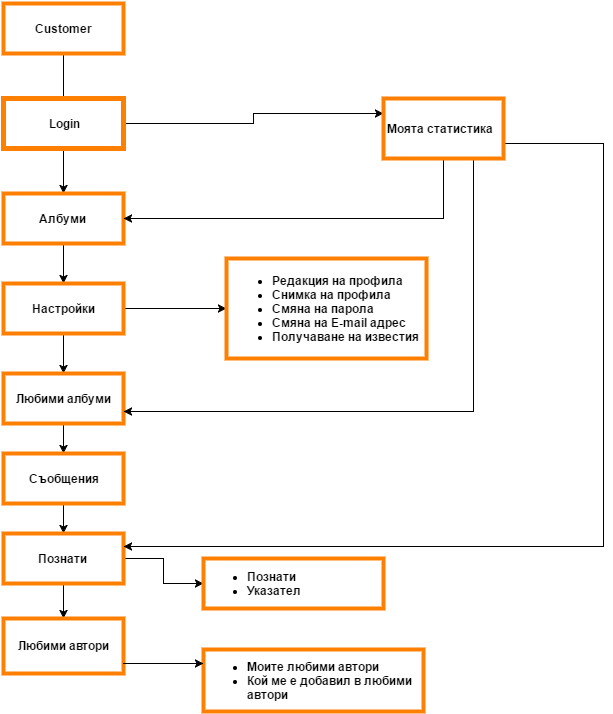
This is Untitled Diagram.png from TeamVermatrixGoldenhide/SRS, a draw.io export, as it was before one commit. Source tidied: cells renumbered, new cells last; positions are measured from the earlier drawing's top-left corner, leaving out a move shared by most shapes.
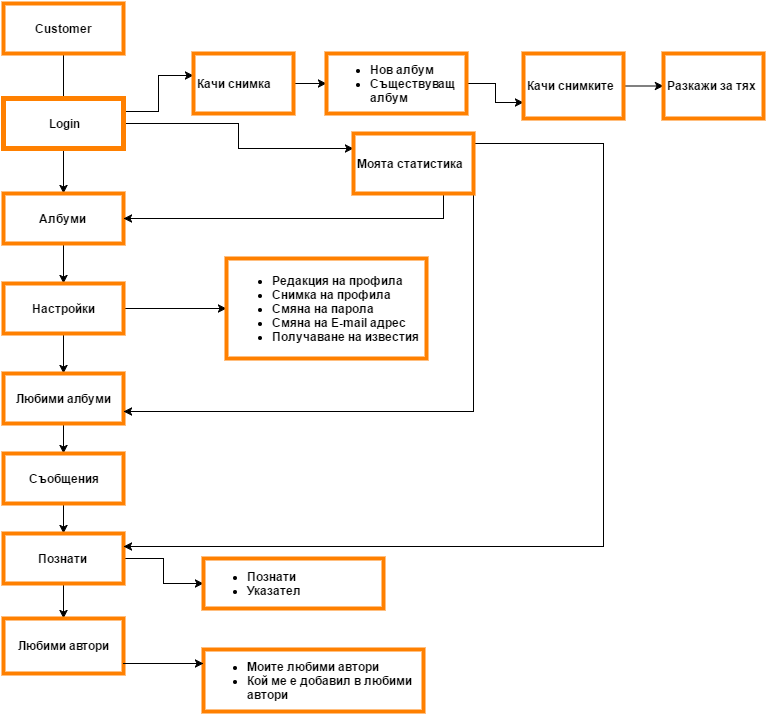
After the commit.

What changed in the source:
```diff
@@ -16,6 +16,9 @@
     <mxCell id="5" style="edgeStyle=orthogonalEdgeStyle;rounded=0;html=1;entryX=0;entryY=0.25;jettySize=auto;fontFamily=Helvetica;" parent="1" edge="1" source="6" target="27">
       <mxGeometry relative="1" as="geometry" />
     </mxCell>
+    <mxCell id="28" style="edgeStyle=orthogonalEdgeStyle;rounded=0;html=1;exitX=1;exitY=0.25;entryX=0;entryY=0.367;entryPerimeter=0;jettySize=auto;fontFamily=Helvetica;" parent="1" edge="1" source="6" target="31">
+      <mxGeometry relative="1" as="geometry" />
+    </mxCell>
     <mxCell id="6" value="Login" style="whiteSpace=wrap;html=1;strokeColor=#FF8000;strokeWidth=5;fontStyle=1;fontFamily=Helvetica;" parent="1" vertex="1">
       <mxGeometry y="95" width="120" height="50" as="geometry" />
     </mxCell>
@@ -68,7 +71,7 @@
       <mxGeometry x="200" y="646" width="220" height="62" as="geometry" />
     </mxCell>
     <mxCell id="23" style="edgeStyle=orthogonalEdgeStyle;rounded=0;html=1;jettySize=auto;orthogonalLoop=1;" parent="1" edge="1">
-      <mxGeometry x="310" y="690" as="geometry">
+      <mxGeometry x="170" y="690" as="geometry">
         <mxPoint x="120" y="660" as="sourcePoint" />
         <mxPoint x="200" y="660" as="targetPoint" />
         <Array as="points">
@@ -100,7 +103,31 @@
       </mxGeometry>
     </mxCell>
     <mxCell id="27" value="Моята статистика" style="whiteSpace=wrap;html=1;strokeColor=#FF8000;strokeWidth=4;fontFamily=Helvetica;align=left;fontStyle=1;" parent="1" vertex="1">
-      <mxGeometry x="380" y="95" width="120" height="60" as="geometry" />
+      <mxGeometry x="350" y="130" width="120" height="60" as="geometry" />
     </mxCell>
+    <mxCell id="29" style="edgeStyle=orthogonalEdgeStyle;rounded=0;html=1;exitX=1;exitY=0.5;entryX=1;entryY=0.5;jettySize=auto;orthogonalLoop=1;fontFamily=Helvetica;" parent="1" edge="1" source="6" target="6">
+      <mxGeometry relative="1" as="geometry" />
+    </mxCell>
+    <mxCell id="30" style="edgeStyle=orthogonalEdgeStyle;rounded=0;html=1;jettySize=auto;fontFamily=Helvetica;" parent="1" edge="1" source="31" target="33">
+      <mxGeometry relative="1" as="geometry" />
+    </mxCell>
+    <mxCell id="31" value="Качи снимка" style="whiteSpace=wrap;html=1;strokeColor=#FF8000;strokeWidth=4;fontFamily=Helvetica;align=left;fontStyle=1;" parent="1" vertex="1">
+      <mxGeometry x="190" y="50" width="100" height="60" as="geometry" />
+    </mxCell>
+    <mxCell id="32" style="edgeStyle=orthogonalEdgeStyle;rounded=0;html=1;entryX=0;entryY=0.75;jettySize=auto;fontFamily=Helvetica;" parent="1" edge="1" source="33" target="35">
+      <mxGeometry relative="1" as="geometry" />
+    </mxCell>
+    <mxCell id="33" value="&lt;ul&gt;&lt;li&gt;Нов албум&lt;/li&gt;&lt;li&gt;Съществуващ албум&lt;/li&gt;&lt;/ul&gt;" style="whiteSpace=wrap;html=1;strokeColor=#FF8000;strokeWidth=4;fontFamily=Helvetica;align=left;fontStyle=1;" parent="1" vertex="1">
+      <mxGeometry x="323" y="50" width="140" height="60" as="geometry" />
+    </mxCell>
+    <mxCell id="34" style="edgeStyle=orthogonalEdgeStyle;rounded=0;html=1;jettySize=auto;fontFamily=Helvetica;" parent="1" edge="1" source="35" target="36">
+      <mxGeometry relative="1" as="geometry" />
+    </mxCell>
+    <mxCell id="35" value="&lt;div&gt;Качи снимките&lt;/div&gt;" style="whiteSpace=wrap;html=1;strokeColor=#FF8000;strokeWidth=4;fontFamily=Helvetica;align=left;fontStyle=1;" parent="1" vertex="1">
+      <mxGeometry x="520" y="50" width="100" height="65" as="geometry" />
+    </mxCell>
+    <mxCell id="36" value="&lt;div&gt;Разкажи за тях&lt;/div&gt;" style="whiteSpace=wrap;html=1;strokeColor=#FF8000;strokeWidth=4;fontFamily=Helvetica;align=left;fontStyle=1;" parent="1" vertex="1">
+      <mxGeometry x="660" y="50" width="100" height="65" as="geometry" />
+    </mxCell>
   </root>
 </mxGraphModel>
```
